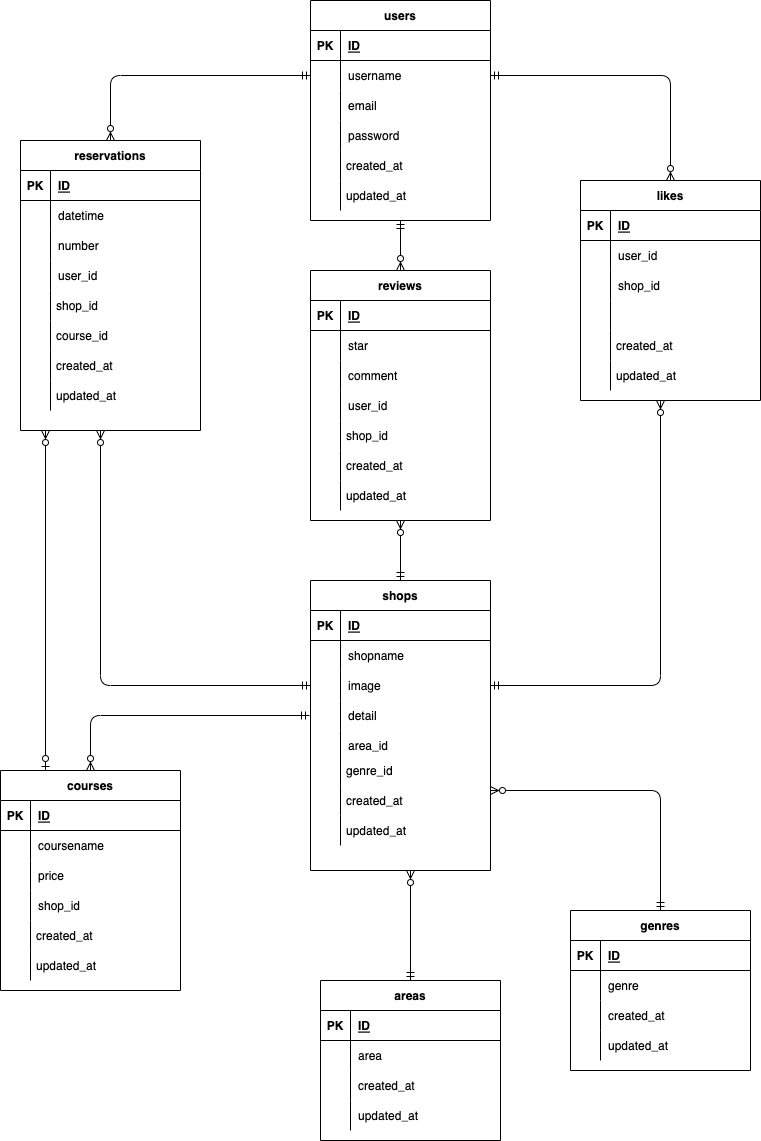
Before: index.drawio.png, a diagram exported from draw.io (domaeyoshihiro/coachtech-advanced-ec-site). Source tidied: cells renumbered, new cells last; positions are measured from the earlier drawing's top-left corner, leaving out a move shared by most shapes.
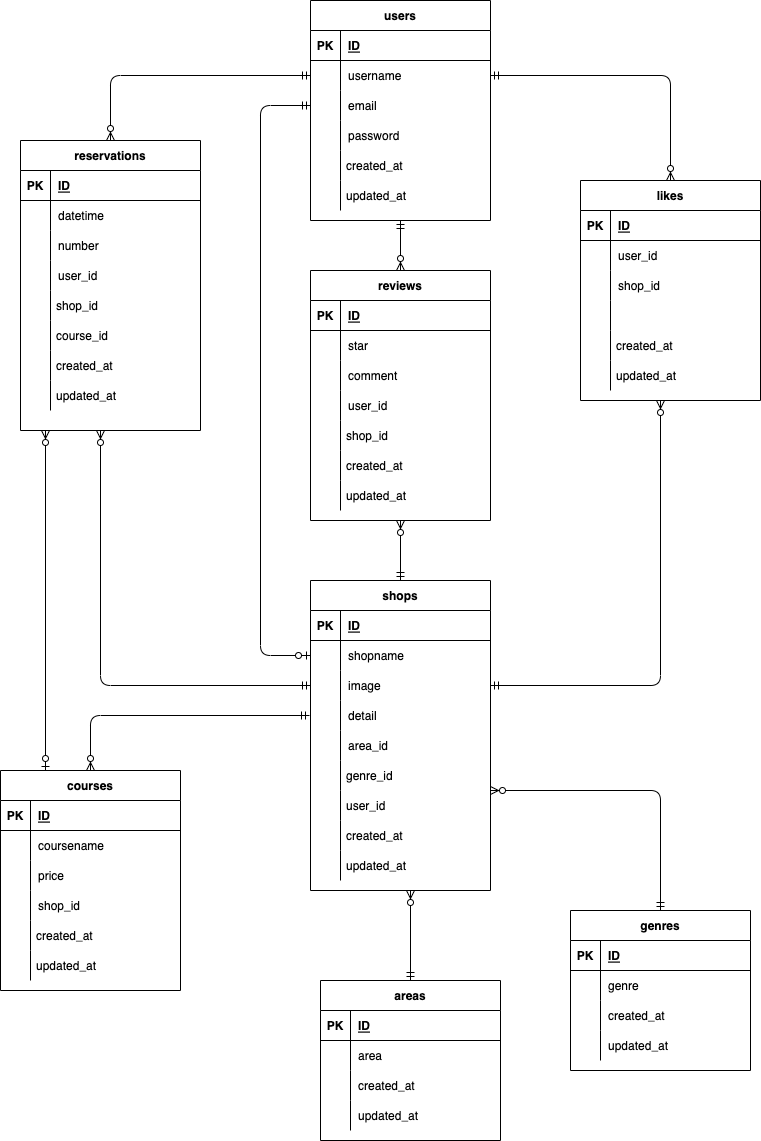
The same file after the commit.

Change to the diagram source:
```diff
@@ -54,7 +54,7 @@
       <mxGeometry width="30" height="30" as="geometry" />
     </mxCell>
     <mxCell id="19" value="shops" style="shape=table;startSize=30;rowLines=0;fontStyle=1;align=center;" parent="1" vertex="1">
-      <mxGeometry x="310" y="580" width="180" height="290" as="geometry" />
+      <mxGeometry x="310" y="580" width="180" height="310" as="geometry" />
     </mxCell>
     <mxCell id="20" style="shape=partialRectangle;fillColor=none;top=0;left=0;bottom=1;right=0;" parent="19" vertex="1">
       <mxGeometry y="30" width="180" height="30" as="geometry" />
@@ -102,7 +102,7 @@
       <mxGeometry x="30" width="150" height="30" as="geometry" />
     </mxCell>
     <mxCell id="35" value="genre_id" style="shape=partialRectangle;fillColor=none;align=left;verticalAlign=middle;strokeColor=none;spacingLeft=34;" parent="1" vertex="1">
-      <mxGeometry x="310" y="755" width="90" height="30" as="geometry" />
+      <mxGeometry x="310" y="760" width="90" height="30" as="geometry" />
     </mxCell>
     <mxCell id="36" style="shape=partialRectangle;top=0;left=0;bottom=0;fillColor=none;stokeWidth=1;align=left;verticalAlign=middle;spacingLeft=4;spacingRight=4;overflow=hidden;" parent="35" vertex="1">
       <mxGeometry width="30" height="30" as="geometry" />
@@ -310,13 +310,13 @@
       <mxGeometry width="30" height="30" as="geometry" />
     </mxCell>
     <mxCell id="103" value="created_at" style="shape=partialRectangle;fillColor=none;align=left;verticalAlign=middle;strokeColor=none;spacingLeft=34;" parent="1" vertex="1">
-      <mxGeometry x="310" y="785" width="90" height="30" as="geometry" />
+      <mxGeometry x="310" y="820" width="90" height="30" as="geometry" />
     </mxCell>
     <mxCell id="104" style="shape=partialRectangle;top=0;left=0;bottom=0;fillColor=none;stokeWidth=1;align=left;verticalAlign=middle;spacingLeft=4;spacingRight=4;overflow=hidden;" parent="103" vertex="1">
       <mxGeometry width="30" height="30" as="geometry" />
     </mxCell>
     <mxCell id="105" value="updated_at" style="shape=partialRectangle;fillColor=none;align=left;verticalAlign=middle;strokeColor=none;spacingLeft=34;" parent="1" vertex="1">
-      <mxGeometry x="310" y="815" width="90" height="30" as="geometry" />
+      <mxGeometry x="310" y="850" width="90" height="30" as="geometry" />
     </mxCell>
     <mxCell id="106" style="shape=partialRectangle;top=0;left=0;bottom=0;fillColor=none;stokeWidth=1;align=left;verticalAlign=middle;spacingLeft=4;spacingRight=4;overflow=hidden;" parent="105" vertex="1">
       <mxGeometry width="30" height="30" as="geometry" />
@@ -460,7 +460,7 @@
     </mxCell>
     <mxCell id="149" style="fontSize=12;html=1;endArrow=ERzeroToMany;startArrow=ERmandOne;exitX=0.5;exitY=0;exitDx=0;exitDy=0;" parent="1" edge="1" source="54">
       <mxGeometry relative="1" as="geometry">
-        <mxPoint x="410" y="870" as="targetPoint" />
+        <mxPoint x="410" y="890" as="targetPoint" />
       </mxGeometry>
     </mxCell>
     <mxCell id="150" style="fontSize=12;html=1;endArrow=ERzeroToMany;startArrow=ERzeroToOne;exitX=0.25;exitY=0;exitDx=0;exitDy=0;" parent="1" edge="1" source="129">
@@ -468,5 +468,19 @@
         <mxPoint x="45" y="430" as="targetPoint" />
       </mxGeometry>
     </mxCell>
+    <mxCell id="151" value="user_id" style="shape=partialRectangle;fillColor=none;align=left;verticalAlign=middle;strokeColor=none;spacingLeft=34;" parent="1" vertex="1">
+      <mxGeometry x="310" y="790" width="90" height="30" as="geometry" />
+    </mxCell>
+    <mxCell id="152" style="shape=partialRectangle;top=0;left=0;bottom=0;fillColor=none;stokeWidth=1;align=left;verticalAlign=middle;spacingLeft=4;spacingRight=4;overflow=hidden;" parent="151" vertex="1">
+      <mxGeometry width="30" height="30" as="geometry" />
+    </mxCell>
+    <mxCell id="153" style="edgeStyle=orthogonalEdgeStyle;fontSize=12;html=1;endArrow=ERzeroToOne;startArrow=ERmandOne;entryX=0;entryY=0.5;entryDx=0;entryDy=0;exitX=0;exitY=0.5;exitDx=0;exitDy=0;" parent="1" edge="1" source="9" target="23">
+      <mxGeometry relative="1" as="geometry">
+        <Array as="points">
+          <mxPoint x="260" y="105" />
+          <mxPoint x="260" y="655" />
+        </Array>
+      </mxGeometry>
+    </mxCell>
   </root>
 </mxGraphModel>
```
